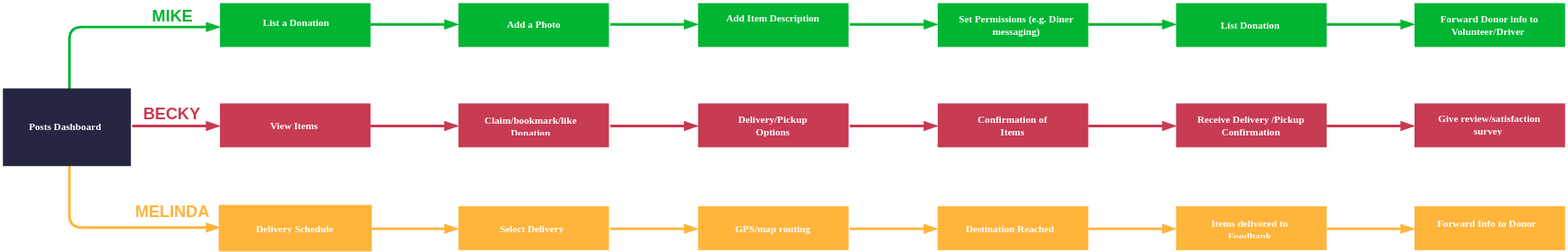
This is img/dm-userflow.svg from agrawalshruti/agrawalshruti.github.io, a draw.io export, as it was before one commit. Source tidied: cells renumbered, new cells last; positions are measured from the earlier drawing's top-left corner, leaving out a move shared by most shapes.
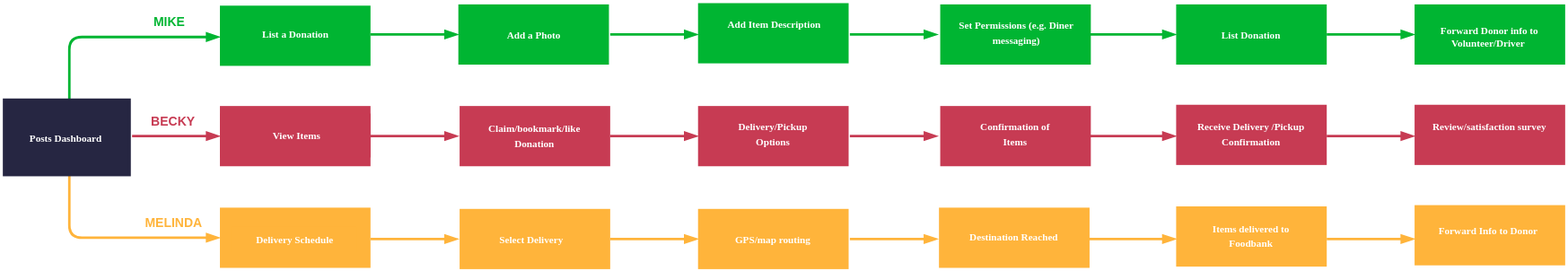
The same diagram one commit later.

Change to the diagram source:
```diff
@@ -2,6 +2,57 @@
   <root>
     <mxCell id="0" />
     <mxCell id="1" parent="0" />
+    <mxCell id="60" style="whiteSpace=wrap;html=1;fontSize=9;strokeColor=none;fillColor=#FFB43B;strokeWidth=2;" parent="1" vertex="1">
+      <mxGeometry x="1124" y="153" width="120" height="48" as="geometry" />
+    </mxCell>
+    <mxCell id="61" style="whiteSpace=wrap;html=1;fontSize=9;strokeColor=none;fillColor=#FFB43B;strokeWidth=2;" parent="1" vertex="1">
+      <mxGeometry x="934" y="154" width="120" height="48" as="geometry" />
+    </mxCell>
+    <mxCell id="62" style="whiteSpace=wrap;html=1;fontSize=9;strokeColor=none;fillColor=#FFB43B;strokeWidth=2;" parent="1" vertex="1">
+      <mxGeometry x="745" y="155" width="120" height="48" as="geometry" />
+    </mxCell>
+    <mxCell id="63" style="whiteSpace=wrap;html=1;fontSize=9;strokeColor=none;fillColor=#FFB43B;strokeWidth=2;" parent="1" vertex="1">
+      <mxGeometry x="553" y="156" width="120" height="48" as="geometry" />
+    </mxCell>
+    <mxCell id="64" style="whiteSpace=wrap;html=1;fontSize=9;strokeColor=none;fillColor=#FFB43B;strokeWidth=2;" parent="1" vertex="1">
+      <mxGeometry x="363" y="156" width="120" height="48" as="geometry" />
+    </mxCell>
+    <mxCell id="65" style="whiteSpace=wrap;html=1;fontSize=9;strokeColor=none;fillColor=#FFB43B;strokeWidth=2;" parent="1" vertex="1">
+      <mxGeometry x="172" y="155" width="120" height="48" as="geometry" />
+    </mxCell>
+    <mxCell id="66" style="whiteSpace=wrap;html=1;fontSize=9;strokeColor=none;fillColor=#C73B53;strokeWidth=2;" parent="1" vertex="1">
+      <mxGeometry x="1124" y="73" width="120" height="48" as="geometry" />
+    </mxCell>
+    <mxCell id="67" style="whiteSpace=wrap;html=1;fontSize=9;strokeColor=none;fillColor=#C73B53;strokeWidth=2;" parent="1" vertex="1">
+      <mxGeometry x="934" y="73" width="120" height="48" as="geometry" />
+    </mxCell>
+    <mxCell id="68" style="whiteSpace=wrap;html=1;fontSize=9;strokeColor=none;fillColor=#C73B53;strokeWidth=2;" parent="1" vertex="1">
+      <mxGeometry x="746" y="74" width="120" height="48" as="geometry" />
+    </mxCell>
+    <mxCell id="69" style="whiteSpace=wrap;html=1;fontSize=9;strokeColor=none;fillColor=#C73B53;strokeWidth=2;" parent="1" vertex="1">
+      <mxGeometry x="553" y="74" width="120" height="48" as="geometry" />
+    </mxCell>
+    <mxCell id="70" style="whiteSpace=wrap;html=1;fontSize=9;strokeColor=none;fillColor=#C73B53;strokeWidth=2;" parent="1" vertex="1">
+      <mxGeometry x="363" y="74" width="120" height="48" as="geometry" />
+    </mxCell>
+    <mxCell id="71" style="whiteSpace=wrap;html=1;fontSize=9;strokeColor=none;fillColor=#C73B53;strokeWidth=2;" parent="1" vertex="1">
+      <mxGeometry x="172" y="74" width="120" height="48" as="geometry" />
+    </mxCell>
+    <mxCell id="72" style="whiteSpace=wrap;html=1;fontSize=9;strokeColor=none;fillColor=#00B532;strokeWidth=2;" parent="1" vertex="1">
+      <mxGeometry x="1124" y="-7" width="120" height="48" as="geometry" />
+    </mxCell>
+    <mxCell id="73" style="whiteSpace=wrap;html=1;fontSize=9;strokeColor=none;fillColor=#00B532;strokeWidth=2;" parent="1" vertex="1">
+      <mxGeometry x="934" y="-7" width="120" height="48" as="geometry" />
+    </mxCell>
+    <mxCell id="74" style="whiteSpace=wrap;html=1;fontSize=9;strokeColor=none;fillColor=#00B532;strokeWidth=2;" parent="1" vertex="1">
+      <mxGeometry x="746" y="-7" width="120" height="48" as="geometry" />
+    </mxCell>
+    <mxCell id="75" style="whiteSpace=wrap;html=1;fontSize=9;strokeColor=none;fillColor=#00B532;strokeWidth=2;" parent="1" vertex="1">
+      <mxGeometry x="553" y="-8" width="120" height="48" as="geometry" />
+    </mxCell>
+    <mxCell id="76" style="whiteSpace=wrap;html=1;fontSize=9;strokeColor=none;fillColor=#00B532;strokeWidth=2;" parent="1" vertex="1">
+      <mxGeometry x="362" y="-7" width="120" height="48" as="geometry" />
+    </mxCell>
     <mxCell id="2" style="endArrow=blockThin;html=1;fontSize=9;endFill=1;strokeColor=#C73B53;strokeWidth=2;" parent="1" edge="1">
       <mxGeometry x="1151" y="381" as="geometry">
         <mxPoint x="102" y="98" as="sourcePoint" />
@@ -27,28 +78,25 @@
       </mxGeometry>
     </mxCell>
     <mxCell id="5" style="whiteSpace=wrap;html=1;fontSize=9;strokeColor=none;fillColor=#00B532;strokeWidth=2;" parent="1" vertex="1">
-      <mxGeometry x="172" width="120" height="35" as="geometry" />
+      <mxGeometry x="172" y="-6" width="120" height="48" as="geometry" />
     </mxCell>
     <mxCell id="6" style="whiteSpace=wrap;html=1;fontSize=9;strokeColor=none;fillColor=#C73B53;strokeWidth=2;" parent="1" vertex="1">
       <mxGeometry x="172" y="80" width="120" height="35" as="geometry" />
     </mxCell>
-    <mxCell id="7" style="whiteSpace=wrap;html=1;fontSize=9;strokeColor=#FFB43B;fillColor=#FFB43B;strokeWidth=2;" parent="1" vertex="1">
-      <mxGeometry x="172" y="162" width="120" height="35" as="geometry" />
-    </mxCell>
-    <mxCell id="8" value="&lt;font style=&quot;font-size: 13px;&quot; color=&quot;#c73b53&quot;&gt;BECKY&lt;/font&gt;" style="text;html=1;strokeColor=none;fillColor=none;align=center;verticalAlign=middle;whiteSpace=wrap;overflow=hidden;fontColor=#262642;fontStyle=1;fontSize=13;" parent="1" vertex="1">
-      <mxGeometry x="109" y="78" width="50" height="20" as="geometry" />
+    <mxCell id="8" value="&lt;font color=&quot;#c73b53&quot; style=&quot;font-size: 10px&quot;&gt;BECKY&lt;/font&gt;" style="text;html=1;strokeColor=none;fillColor=none;align=center;verticalAlign=middle;whiteSpace=wrap;overflow=hidden;fontColor=#262642;fontStyle=1;fontSize=13;" parent="1" vertex="1">
+      <mxGeometry x="109" y="74" width="50" height="20" as="geometry" />
     </mxCell>
-    <mxCell id="9" value="&lt;font style=&quot;font-size: 13px;&quot; color=&quot;#00b532&quot;&gt;MIKE&lt;/font&gt;" style="text;html=1;strokeColor=none;fillColor=none;align=center;verticalAlign=middle;whiteSpace=wrap;overflow=hidden;fontColor=#262642;fontStyle=1;fontSize=13;" parent="1" vertex="1">
-      <mxGeometry x="109" width="50" height="20" as="geometry" />
+    <mxCell id="9" value="&lt;font color=&quot;#00b532&quot; style=&quot;font-size: 10px&quot;&gt;MIKE&lt;/font&gt;" style="text;html=1;strokeColor=none;fillColor=none;align=center;verticalAlign=middle;whiteSpace=wrap;overflow=hidden;fontColor=#262642;fontStyle=1;fontSize=13;" parent="1" vertex="1">
+      <mxGeometry x="106" y="-5" width="50" height="20" as="geometry" />
     </mxCell>
-    <mxCell id="10" value="&lt;span style=&quot;font-size: 8px&quot;&gt;&lt;font color=&quot;#ffb43b&quot; style=&quot;font-size: 13px;&quot;&gt;MELINDA&lt;/font&gt;&lt;/span&gt;" style="text;html=1;strokeColor=none;fillColor=none;align=center;verticalAlign=middle;whiteSpace=wrap;overflow=hidden;fontColor=#262642;fontStyle=1;fontSize=13;" parent="1" vertex="1">
-      <mxGeometry x="101" y="156" width="65" height="20" as="geometry" />
+    <mxCell id="10" value="&lt;font color=&quot;#ffb43b&quot; style=&quot;font-size: 10px&quot;&gt;MELINDA&lt;/font&gt;" style="text;html=1;strokeColor=none;fillColor=none;align=center;verticalAlign=middle;whiteSpace=wrap;overflow=hidden;fontColor=#262642;fontStyle=1;fontSize=13;" parent="1" vertex="1">
+      <mxGeometry x="102" y="155" width="65" height="20" as="geometry" />
     </mxCell>
     <mxCell id="11" value="&lt;font color=&quot;#ffffff&quot;&gt;List a Donation&lt;/font&gt;" style="text;html=1;strokeColor=none;fillColor=none;align=center;verticalAlign=middle;whiteSpace=wrap;overflow=hidden;fontSize=8;fontStyle=1;fontFamily=Verdana;labelBorderColor=none;fontColor=#262642;" parent="1" vertex="1">
       <mxGeometry x="192" y="6" width="80" height="20" as="geometry" />
     </mxCell>
     <mxCell id="12" value="&lt;font color=&quot;#ffffff&quot;&gt;View Items&amp;nbsp;&lt;/font&gt;" style="text;html=1;strokeColor=none;fillColor=none;align=center;verticalAlign=middle;whiteSpace=wrap;overflow=hidden;fontSize=8;fontStyle=1;fontFamily=Verdana;labelBorderColor=none;fontColor=#262642;" parent="1" vertex="1">
-      <mxGeometry x="192" y="88" width="80" height="20" as="geometry" />
+      <mxGeometry x="194" y="87" width="80" height="20" as="geometry" />
     </mxCell>
     <mxCell id="13" value="&lt;font color=&quot;#ffffff&quot;&gt;Delivery Schedule&lt;/font&gt;" style="text;html=1;strokeColor=none;fillColor=#FFB43B;align=center;verticalAlign=middle;whiteSpace=wrap;overflow=hidden;fontSize=8;fontStyle=1;fontFamily=Verdana;labelBorderColor=none;fontColor=#262642;" parent="1" vertex="1">
       <mxGeometry x="181" y="170" width="100" height="20" as="geometry" />
@@ -71,21 +119,12 @@
         <mxPoint x="362" y="180" as="targetPoint" />
       </mxGeometry>
     </mxCell>
-    <mxCell id="17" style="whiteSpace=wrap;html=1;fontSize=9;strokeColor=none;fillColor=#00B532;strokeWidth=2;" parent="1" vertex="1">
-      <mxGeometry x="362" width="120" height="35" as="geometry" />
-    </mxCell>
     <mxCell id="18" value="&lt;font color=&quot;#ffffff&quot;&gt;Add a Photo&lt;/font&gt;" style="text;html=1;strokeColor=none;fillColor=none;align=center;verticalAlign=middle;whiteSpace=wrap;overflow=hidden;fontSize=8;fontStyle=1;fontFamily=Verdana;labelBorderColor=none;fontColor=#262642;" parent="1" vertex="1">
       <mxGeometry x="382" y="7" width="80" height="20" as="geometry" />
     </mxCell>
-    <mxCell id="19" style="whiteSpace=wrap;html=1;fontSize=9;strokeColor=none;fillColor=#C73B53;strokeWidth=2;" parent="1" vertex="1">
-      <mxGeometry x="362" y="80" width="120" height="35" as="geometry" />
-    </mxCell>
-    <mxCell id="20" value="&lt;font color=&quot;#ffffff&quot;&gt;Claim/bookmark/like Donation&lt;/font&gt;" style="text;html=1;strokeColor=none;fillColor=none;align=center;verticalAlign=middle;whiteSpace=wrap;overflow=hidden;fontSize=8;fontStyle=1;fontFamily=Verdana;labelBorderColor=none;fontColor=#262642;" parent="1" vertex="1">
-      <mxGeometry x="370" y="88" width="100" height="20" as="geometry" />
+    <mxCell id="20" value="&lt;font color=&quot;#ffffff&quot; style=&quot;line-height: 150%&quot;&gt;Claim/bookmark/like Donation&lt;/font&gt;" style="text;html=1;strokeColor=none;fillColor=none;align=center;verticalAlign=middle;whiteSpace=wrap;overflow=hidden;fontSize=8;fontStyle=1;fontFamily=Verdana;labelBorderColor=none;fontColor=#262642;" parent="1" vertex="1">
+      <mxGeometry x="373" y="83" width="100" height="29" as="geometry" />
     </mxCell>
-    <mxCell id="21" style="whiteSpace=wrap;html=1;fontSize=9;strokeColor=none;fillColor=#FFB43B;strokeWidth=2;" parent="1" vertex="1">
-      <mxGeometry x="362" y="162" width="120" height="35" as="geometry" />
-    </mxCell>
     <mxCell id="22" value="&lt;font color=&quot;#ffffff&quot;&gt;Select Delivery&amp;nbsp;&lt;/font&gt;" style="text;html=1;strokeColor=none;fillColor=none;align=center;verticalAlign=middle;whiteSpace=wrap;overflow=hidden;fontSize=8;fontStyle=1;fontFamily=Verdana;labelBorderColor=none;fontColor=#262642;" parent="1" vertex="1">
       <mxGeometry x="371" y="170" width="100" height="20" as="geometry" />
     </mxCell>
@@ -107,21 +146,12 @@
         <mxPoint x="553" y="180" as="targetPoint" />
       </mxGeometry>
     </mxCell>
-    <mxCell id="26" style="whiteSpace=wrap;html=1;fontSize=9;strokeColor=none;fillColor=#00B532;strokeWidth=2;" parent="1" vertex="1">
-      <mxGeometry x="553" width="120" height="35" as="geometry" />
-    </mxCell>
-    <mxCell id="27" value="&lt;font color=&quot;#ffffff&quot;&gt;Add Item Description&lt;/font&gt;" style="text;html=1;strokeColor=none;fillColor=none;align=center;verticalAlign=middle;whiteSpace=wrap;overflow=hidden;fontSize=8;fontStyle=1;fontFamily=Verdana;labelBorderColor=none;fontColor=#262642;" parent="1" vertex="1">
-      <mxGeometry x="573" y="5" width="80" height="23" as="geometry" />
+    <mxCell id="27" value="&lt;font color=&quot;#ffffff&quot; style=&quot;line-height: 150%&quot;&gt;Add Item Description&lt;/font&gt;" style="text;html=1;strokeColor=none;fillColor=none;align=center;verticalAlign=middle;whiteSpace=wrap;overflow=hidden;fontSize=8;fontStyle=1;fontFamily=Verdana;labelBorderColor=none;fontColor=#262642;" parent="1" vertex="1">
+      <mxGeometry x="574" y="-1" width="80" height="32" as="geometry" />
     </mxCell>
-    <mxCell id="28" style="whiteSpace=wrap;html=1;fontSize=9;strokeColor=none;fillColor=#C73B53;strokeWidth=2;" parent="1" vertex="1">
-      <mxGeometry x="553" y="80" width="120" height="35" as="geometry" />
-    </mxCell>
-    <mxCell id="29" value="&lt;font color=&quot;#ffffff&quot;&gt;Delivery/Pickup Options&lt;/font&gt;" style="text;html=1;strokeColor=none;fillColor=none;align=center;verticalAlign=middle;whiteSpace=wrap;overflow=hidden;fontSize=8;fontStyle=1;fontFamily=Verdana;labelBorderColor=none;fontColor=#262642;" parent="1" vertex="1">
-      <mxGeometry x="573" y="86" width="80" height="22" as="geometry" />
+    <mxCell id="29" value="&lt;font color=&quot;#ffffff&quot; style=&quot;line-height: 150%&quot;&gt;Delivery/Pickup Options&lt;/font&gt;" style="text;html=1;strokeColor=none;fillColor=none;align=center;verticalAlign=middle;whiteSpace=wrap;overflow=hidden;fontSize=8;fontStyle=1;fontFamily=Verdana;labelBorderColor=none;fontColor=#262642;" parent="1" vertex="1">
+      <mxGeometry x="573" y="81" width="80" height="31" as="geometry" />
     </mxCell>
-    <mxCell id="30" style="whiteSpace=wrap;html=1;fontSize=9;strokeColor=none;fillColor=#FFB43B;strokeWidth=2;" parent="1" vertex="1">
-      <mxGeometry x="553" y="162" width="120" height="35" as="geometry" />
-    </mxCell>
     <mxCell id="31" value="&lt;font color=&quot;#ffffff&quot;&gt;GPS/map routing&amp;nbsp;&lt;/font&gt;" style="text;html=1;strokeColor=none;fillColor=none;align=center;verticalAlign=middle;whiteSpace=wrap;overflow=hidden;fontSize=8;fontStyle=1;fontFamily=Verdana;labelBorderColor=none;fontColor=#262642;" parent="1" vertex="1">
       <mxGeometry x="563" y="170" width="100" height="20" as="geometry" />
     </mxCell>
@@ -143,23 +173,14 @@
         <mxPoint x="744" y="180" as="targetPoint" />
       </mxGeometry>
     </mxCell>
-    <mxCell id="35" style="whiteSpace=wrap;html=1;fontSize=9;strokeColor=none;fillColor=#00B532;strokeWidth=2;" parent="1" vertex="1">
-      <mxGeometry x="744" width="120" height="35" as="geometry" />
-    </mxCell>
-    <mxCell id="36" value="&lt;font color=&quot;#ffffff&quot;&gt;Set Permissions (e.g. Diner messaging)&lt;/font&gt;" style="text;html=1;strokeColor=none;fillColor=none;align=center;verticalAlign=middle;whiteSpace=wrap;overflow=hidden;fontSize=8;fontStyle=1;fontFamily=Verdana;labelBorderColor=none;fontColor=#262642;" parent="1" vertex="1">
-      <mxGeometry x="753" y="6" width="108" height="23" as="geometry" />
+    <mxCell id="36" value="&lt;font color=&quot;#ffffff&quot; style=&quot;line-height: 150%&quot;&gt;Set Permissions (e.g. Diner messaging)&lt;/font&gt;" style="text;html=1;strokeColor=none;fillColor=none;align=center;verticalAlign=middle;whiteSpace=wrap;overflow=hidden;fontSize=8;fontStyle=1;fontFamily=Verdana;labelBorderColor=none;fontColor=#262642;" parent="1" vertex="1">
+      <mxGeometry x="753" y="-1" width="108" height="34" as="geometry" />
     </mxCell>
-    <mxCell id="37" style="whiteSpace=wrap;html=1;fontSize=9;strokeColor=none;fillColor=#C73B53;strokeWidth=2;" parent="1" vertex="1">
-      <mxGeometry x="744" y="80" width="120" height="35" as="geometry" />
-    </mxCell>
-    <mxCell id="38" value="&lt;font color=&quot;#ffffff&quot;&gt;Confirmation of Items&lt;/font&gt;" style="text;html=1;strokeColor=none;fillColor=none;align=center;verticalAlign=middle;whiteSpace=wrap;overflow=hidden;fontSize=8;fontStyle=1;fontFamily=Verdana;labelBorderColor=none;fontColor=#262642;" parent="1" vertex="1">
-      <mxGeometry x="764" y="86" width="80" height="22" as="geometry" />
+    <mxCell id="38" value="&lt;font color=&quot;#ffffff&quot; style=&quot;line-height: 150%&quot;&gt;Confirmation of Items&lt;/font&gt;" style="text;html=1;strokeColor=none;fillColor=none;align=center;verticalAlign=middle;whiteSpace=wrap;overflow=hidden;fontSize=8;fontStyle=1;fontFamily=Verdana;labelBorderColor=none;fontColor=#262642;" parent="1" vertex="1">
+      <mxGeometry x="766" y="81" width="80" height="31" as="geometry" />
     </mxCell>
-    <mxCell id="39" style="whiteSpace=wrap;html=1;fontSize=9;strokeColor=none;fillColor=#FFB43B;strokeWidth=2;" parent="1" vertex="1">
-      <mxGeometry x="744" y="162" width="120" height="35" as="geometry" />
-    </mxCell>
     <mxCell id="40" value="&lt;font color=&quot;#ffffff&quot;&gt;Destination Reached&amp;nbsp;&lt;/font&gt;" style="text;html=1;strokeColor=none;fillColor=none;align=center;verticalAlign=middle;whiteSpace=wrap;overflow=hidden;fontSize=8;fontStyle=1;fontFamily=Verdana;labelBorderColor=none;fontColor=#262642;" parent="1" vertex="1">
-      <mxGeometry x="753" y="170" width="100" height="20" as="geometry" />
+      <mxGeometry x="752" y="164" width="106" height="28" as="geometry" />
     </mxCell>
     <mxCell id="41" style="endArrow=blockThin;html=1;endFill=1;strokeWidth=2;strokeColor=#00B532;" parent="1" edge="1">
       <mxGeometry x="1913" y="300" as="geometry">
@@ -179,23 +200,14 @@
         <mxPoint x="934" y="180" as="targetPoint" />
       </mxGeometry>
     </mxCell>
-    <mxCell id="44" style="whiteSpace=wrap;html=1;fontSize=9;strokeColor=none;fillColor=#00B532;strokeWidth=2;" parent="1" vertex="1">
-      <mxGeometry x="934" width="120" height="35" as="geometry" />
-    </mxCell>
     <mxCell id="45" value="&lt;font color=&quot;#ffffff&quot;&gt;&amp;nbsp;List Donation&amp;nbsp;&lt;/font&gt;" style="text;html=1;strokeColor=none;fillColor=none;align=center;verticalAlign=middle;whiteSpace=wrap;overflow=hidden;fontSize=8;fontStyle=1;fontFamily=Verdana;labelBorderColor=none;fontColor=#262642;" parent="1" vertex="1">
       <mxGeometry x="939" y="6" width="108" height="23" as="geometry" />
     </mxCell>
-    <mxCell id="46" style="whiteSpace=wrap;html=1;fontSize=9;strokeColor=none;fillColor=#C73B53;strokeWidth=2;" parent="1" vertex="1">
-      <mxGeometry x="934" y="80" width="120" height="35" as="geometry" />
-    </mxCell>
-    <mxCell id="47" value="&lt;font color=&quot;#ffffff&quot;&gt;Receive Delivery /Pickup Confirmation&lt;/font&gt;" style="text;html=1;strokeColor=none;fillColor=none;align=center;verticalAlign=middle;whiteSpace=wrap;overflow=hidden;fontSize=8;fontStyle=1;fontFamily=Verdana;labelBorderColor=none;fontColor=#262642;" parent="1" vertex="1">
-      <mxGeometry x="940" y="86" width="108" height="22" as="geometry" />
+    <mxCell id="47" value="&lt;font color=&quot;#ffffff&quot; style=&quot;line-height: 150%&quot;&gt;Receive Delivery /Pickup Confirmation&lt;/font&gt;" style="text;html=1;strokeColor=none;fillColor=none;align=center;verticalAlign=middle;whiteSpace=wrap;overflow=hidden;fontSize=8;fontStyle=1;fontFamily=Verdana;labelBorderColor=none;fontColor=#262642;" parent="1" vertex="1">
+      <mxGeometry x="940" y="79" width="108" height="35" as="geometry" />
     </mxCell>
-    <mxCell id="48" style="whiteSpace=wrap;html=1;fontSize=9;strokeColor=none;fillColor=#FFB43B;strokeWidth=2;" parent="1" vertex="1">
-      <mxGeometry x="934" y="162" width="120" height="35" as="geometry" />
-    </mxCell>
-    <mxCell id="49" value="&lt;font color=&quot;#ffffff&quot;&gt;Items delivered to Foodbank&lt;/font&gt;" style="text;html=1;strokeColor=none;fillColor=none;align=center;verticalAlign=middle;whiteSpace=wrap;overflow=hidden;fontSize=8;fontStyle=1;fontFamily=Verdana;labelBorderColor=none;fontColor=#262642;" parent="1" vertex="1">
-      <mxGeometry x="943" y="170" width="100" height="20" as="geometry" />
+    <mxCell id="49" value="&lt;font color=&quot;#ffffff&quot; style=&quot;line-height: 150%&quot;&gt;Items delivered to Foodbank&lt;/font&gt;" style="text;html=1;strokeColor=none;fillColor=none;align=center;verticalAlign=middle;whiteSpace=wrap;overflow=hidden;fontSize=8;fontStyle=1;fontFamily=Verdana;labelBorderColor=none;fontColor=#262642;" parent="1" vertex="1">
+      <mxGeometry x="944" y="160" width="100" height="35" as="geometry" />
     </mxCell>
     <mxCell id="50" style="endArrow=blockThin;html=1;endFill=1;strokeWidth=2;strokeColor=#00B532;" parent="1" edge="1">
       <mxGeometry x="2103" y="300" as="geometry">
@@ -215,23 +227,14 @@
         <mxPoint x="1124" y="180" as="targetPoint" />
       </mxGeometry>
     </mxCell>
-    <mxCell id="53" style="whiteSpace=wrap;html=1;fontSize=9;strokeColor=none;fillColor=#00B532;strokeWidth=2;" parent="1" vertex="1">
-      <mxGeometry x="1124" width="120" height="35" as="geometry" />
-    </mxCell>
     <mxCell id="54" value="&lt;font color=&quot;#ffffff&quot;&gt;Forward Donor info to Volunteer/Driver&amp;nbsp;&lt;/font&gt;" style="text;html=1;strokeColor=none;fillColor=none;align=center;verticalAlign=middle;whiteSpace=wrap;overflow=hidden;fontSize=8;fontStyle=1;fontFamily=Verdana;labelBorderColor=none;fontColor=#262642;" parent="1" vertex="1">
       <mxGeometry x="1130" y="6" width="108" height="23" as="geometry" />
     </mxCell>
-    <mxCell id="55" style="whiteSpace=wrap;html=1;fontSize=9;strokeColor=none;fillColor=#C73B53;strokeWidth=2;" parent="1" vertex="1">
-      <mxGeometry x="1124" y="80" width="120" height="35" as="geometry" />
-    </mxCell>
-    <mxCell id="56" value="&lt;font color=&quot;#ffffff&quot;&gt;Give review/satisfaction survey&amp;nbsp;&lt;/font&gt;" style="text;html=1;strokeColor=none;fillColor=none;align=center;verticalAlign=middle;whiteSpace=wrap;overflow=hidden;fontSize=8;fontStyle=1;fontFamily=Verdana;labelBorderColor=none;fontColor=#262642;" parent="1" vertex="1">
-      <mxGeometry x="1130" y="86" width="108" height="22" as="geometry" />
+    <mxCell id="56" value="&lt;font color=&quot;#ffffff&quot; style=&quot;line-height: 150%&quot;&gt;&amp;nbsp;Review/satisfaction survey&amp;nbsp;&lt;/font&gt;" style="text;html=1;strokeColor=none;fillColor=none;align=center;verticalAlign=middle;whiteSpace=wrap;overflow=hidden;fontSize=8;fontStyle=1;fontFamily=Verdana;labelBorderColor=none;fontColor=#262642;" parent="1" vertex="1">
+      <mxGeometry x="1130" y="76" width="108" height="41" as="geometry" />
     </mxCell>
-    <mxCell id="57" style="whiteSpace=wrap;html=1;fontSize=9;strokeColor=none;fillColor=#FFB43B;strokeWidth=2;" parent="1" vertex="1">
-      <mxGeometry x="1124" y="162" width="120" height="35" as="geometry" />
-    </mxCell>
     <mxCell id="58" value="&lt;font color=&quot;#ffffff&quot;&gt;Forward Info to Donor&amp;nbsp;&lt;/font&gt;" style="text;html=1;strokeColor=none;fillColor=none;align=center;verticalAlign=middle;whiteSpace=wrap;overflow=hidden;fontSize=8;fontStyle=1;fontFamily=Verdana;labelBorderColor=none;fontColor=#262642;" parent="1" vertex="1">
-      <mxGeometry x="1133" y="170" width="100" height="20" as="geometry" />
+      <mxGeometry x="1134" y="164" width="100" height="28" as="geometry" />
     </mxCell>
     <mxCell id="59" value="&lt;font face=&quot;Verdana&quot; style=&quot;font-size: 8px&quot; color=&quot;#ffffff&quot;&gt;&lt;b&gt;Posts Dashboard&amp;nbsp;&lt;/b&gt;&lt;/font&gt;" style="text;html=1;strokeColor=#262642;fillColor=#262642;align=center;verticalAlign=middle;whiteSpace=wrap;overflow=hidden;fontSize=9;strokeWidth=2;" parent="1" vertex="1">
       <mxGeometry y="69" width="100" height="60" as="geometry" />
```
